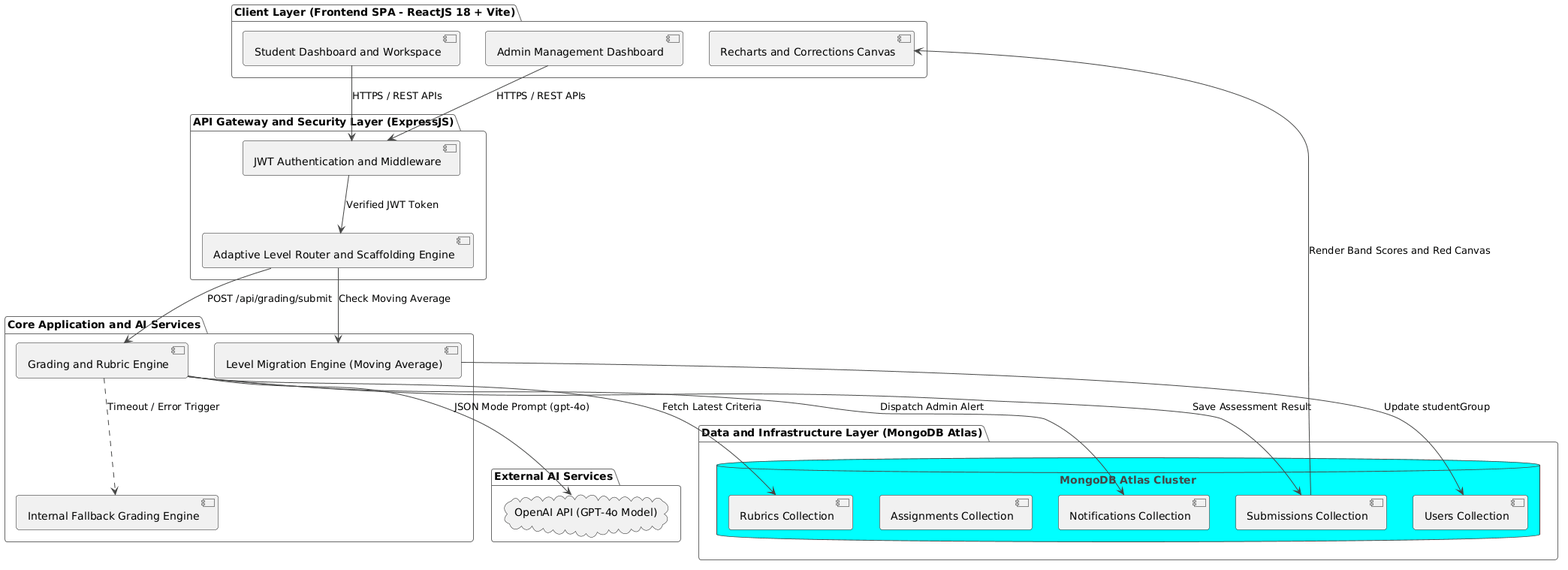
Earlier version of the PlantUML export system_architecture.png (DoanNguyenDuyKha/TrackA_Test-Project_GFT).
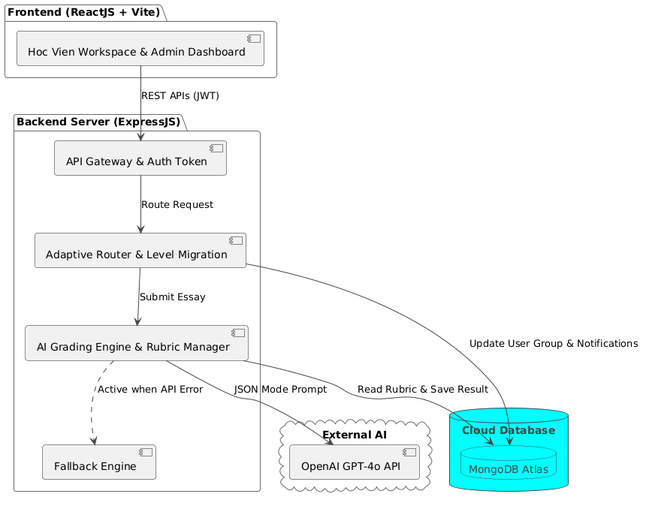
Later version of the same file.

Commit message:
Docs: simplify PlantUML System Architecture diagram and provide exhaustive, 100% matched detailed technical explanations in TAI_LIEU_KIEN_TRUC_HE_THONG_LMS.docx

Diff of the diagram source:
```diff
@@ -2,51 +2,30 @@
 !theme vibrant
 top to bottom direction
 
-package "Client Layer (Frontend SPA - ReactJS 18 + Vite)" {
-  [Student Dashboard and Workspace] as StudentUI
-  [Admin Management Dashboard] as AdminUI
-  [Recharts and Corrections Canvas] as VizComp
+package "Frontend (ReactJS + Vite)" {
+  [Hoc Vien Workspace & Admin Dashboard] as UI
 }
 
-package "API Gateway and Security Layer (ExpressJS)" {
-  [JWT Authentication and Middleware] as AuthMW
-  [Adaptive Level Router and Scaffolding Engine] as Router
+package "Backend Server (ExpressJS)" {
+  [API Gateway & Auth Token] as Auth
+  [Adaptive Router & Level Migration] as Logic
+  [AI Grading Engine & Rubric Manager] as AIModule
+  [Fallback Engine] as Fallback
 }
 
-package "Core Application and AI Services" {
-  [Grading and Rubric Engine] as GradingEngine
-  [Level Migration Engine (Moving Average)] as MigrationEngine
-  [Internal Fallback Grading Engine] as FallbackEngine
+cloud "External AI" {
+  [OpenAI GPT-4o API] as OpenAI
 }
 
-package "External AI Services" {
-  cloud "OpenAI API (GPT-4o Model)" as OpenAI
+database "Cloud Database" {
+  database "MongoDB Atlas" as Mongo
 }
 
-package "Data and Infrastructure Layer (MongoDB Atlas)" {
-  database "MongoDB Atlas Cluster" {
-    [Users Collection] as UserDB
-    [Assignments Collection] as AssignDB
-    [Submissions Collection] as SubDB
-    [Rubrics Collection] as RubricDB
-    [Notifications Collection] as NotifDB
-  }
-}
-
-StudentUI --> AuthMW : HTTPS / REST APIs
-AdminUI --> AuthMW : HTTPS / REST APIs
-
-AuthMW --> Router : Verified JWT Token
-Router --> GradingEngine : POST /api/grading/submit
-Router --> MigrationEngine : Check Moving Average
-
-GradingEngine --> RubricDB : Fetch Latest Criteria
-GradingEngine --> OpenAI : JSON Mode Prompt (gpt-4o)
-GradingEngine ..> FallbackEngine : Timeout / Error Trigger
-
-GradingEngine --> SubDB : Save Assessment Result
-MigrationEngine --> UserDB : Update studentGroup
-GradingEngine --> NotifDB : Dispatch Admin Alert
-
-VizComp <-- SubDB : Render Band Scores and Red Canvas
+UI --> Auth : REST APIs (JWT)
+Auth --> Logic : Route Request
+Logic --> AIModule : Submit Essay
+AIModule --> OpenAI : JSON Mode Prompt
+AIModule ..> Fallback : Active when API Error
+AIModule --> Mongo : Read Rubric & Save Result
+Logic --> Mongo : Update User Group & Notifications
 @endl
```
